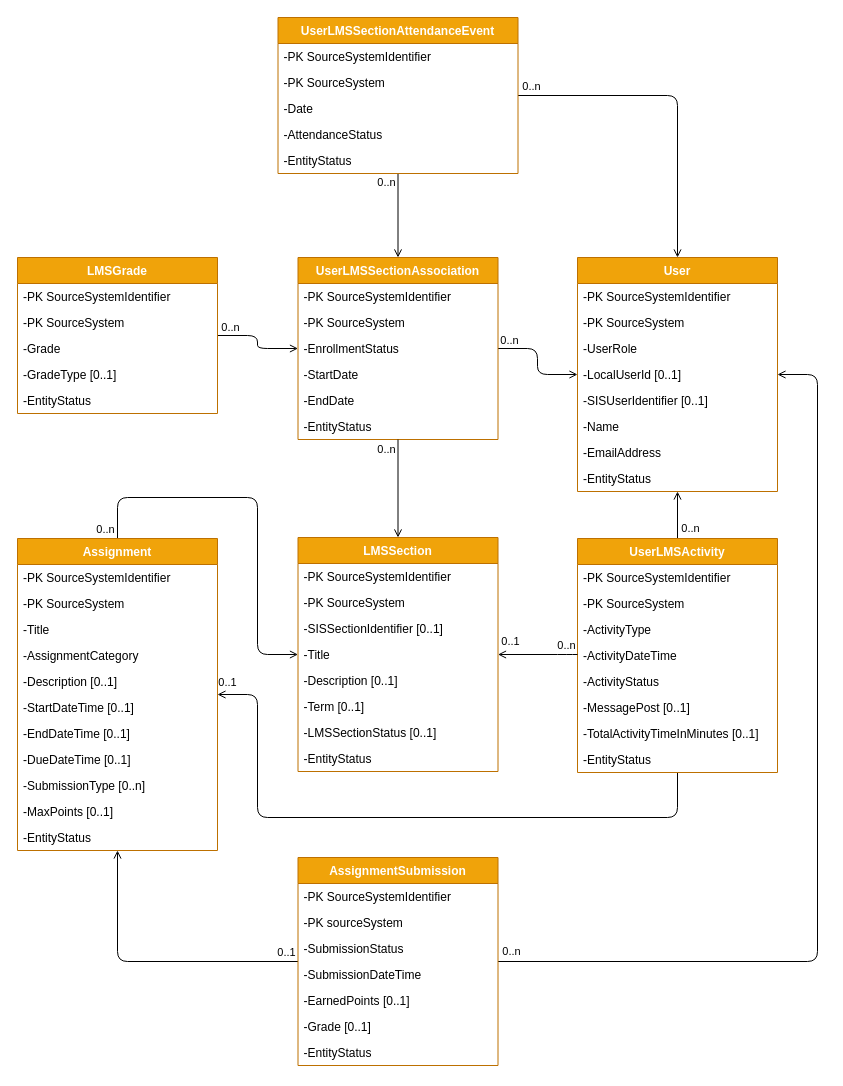
Ed-Fi-Exchange-OSS/LMS-Toolkit keeps this draw.io diagram as page "Proposed UDM" (1 of 5) of uml diagrams/FIZZ-API-UML.drawio. Above is the earlier version. Source tidied: cells renumbered, new cells numbered last; positions are measured from the earlier drawing's top-left corner, leaving out a move shared by most shapes. Both pictures are drawn from the tidied source at 100%, with x=0, y=0 at pixel (17, 17).
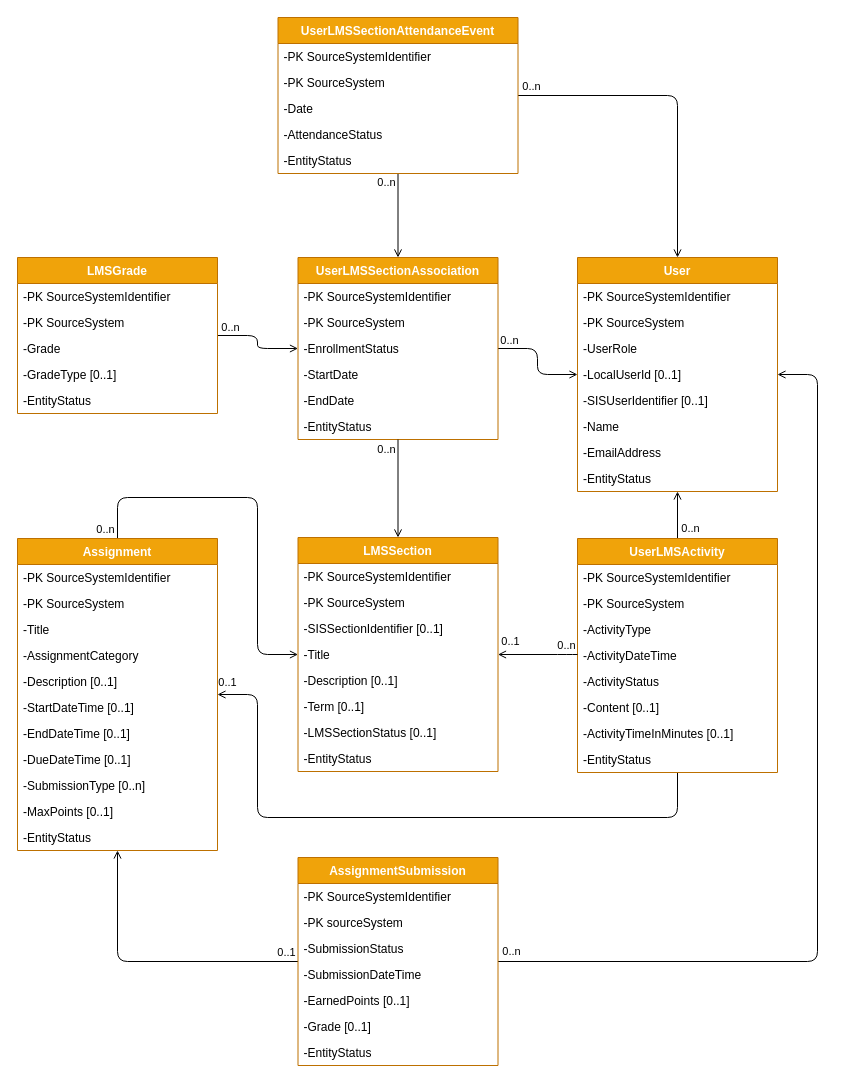
The same page after the edit.

Commit message (it also covers changes not shown here):
[FIZZ-32] zoom api changes and renamed proposed udm Activity.MessagePost to Content

The change refers to these unchanged cells:
```xml
<mxCell id="69" value="UserLMSActivity" style="swimlane;fontStyle=1;horizontal=1;startSize=26;fillColor=#f0a30a;strokeColor=#BD7000;fontColor=#ffffff;" parent="1" vertex="1">
  <mxGeometry x="560" y="521" width="200" height="234" as="geometry" />
</mxCell>
```

Diff of the diagram source:
```diff
@@
-    <mxCell id="75" value="-MessagePost [0..1]" style="text;align=left;verticalAlign=top;spacingLeft=4;spacingRight=4;overflow=hidden;" parent="69" vertex="1">
+    <mxCell id="75" value="-Content [0..1]" style="text;align=left;verticalAlign=top;spacingLeft=4;spacingRight=4;overflow=hidden;" parent="69" vertex="1">
       <mxGeometry y="156" width="200" height="26" as="geometry" />
     </mxCell>
-    <mxCell id="76" value="-TotalActivityTimeInMinutes [0..1]" style="text;align=left;verticalAlign=top;spacingLeft=4;spacingRight=4;overflow=hidden;" parent="69" vertex="1">
+    <mxCell id="76" value="-ActivityTimeInMinutes [0..1]" style="text;align=left;verticalAlign=top;spacingLeft=4;spacingRight=4;overflow=hidden;" parent="69" vertex="1">
       <mxGeometry y="182" width="200" height="26" as="geometry" />
     </mxCell>
```
